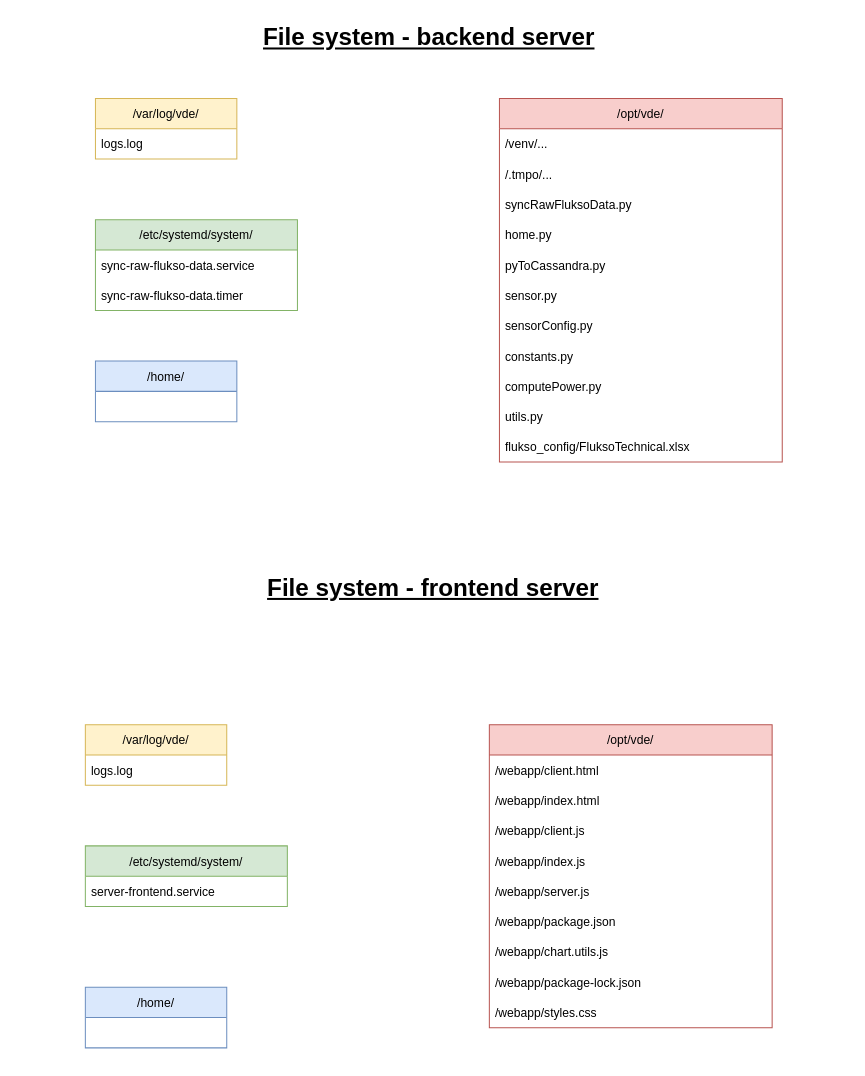
AlexandreHnf/Voisin-d-energie-ULB keeps this draw.io diagram as page "file_system" (11 of 12) of documentation/documentation_diagrams.drawio. Above is the earlier version. Source tidied: cells renumbered, new cells numbered last; positions are measured from the earlier drawing's top-left corner, leaving out a move shared by most shapes. Both pictures are drawn from the tidied source at 101%, with x=0, y=0 at pixel (85, 17).
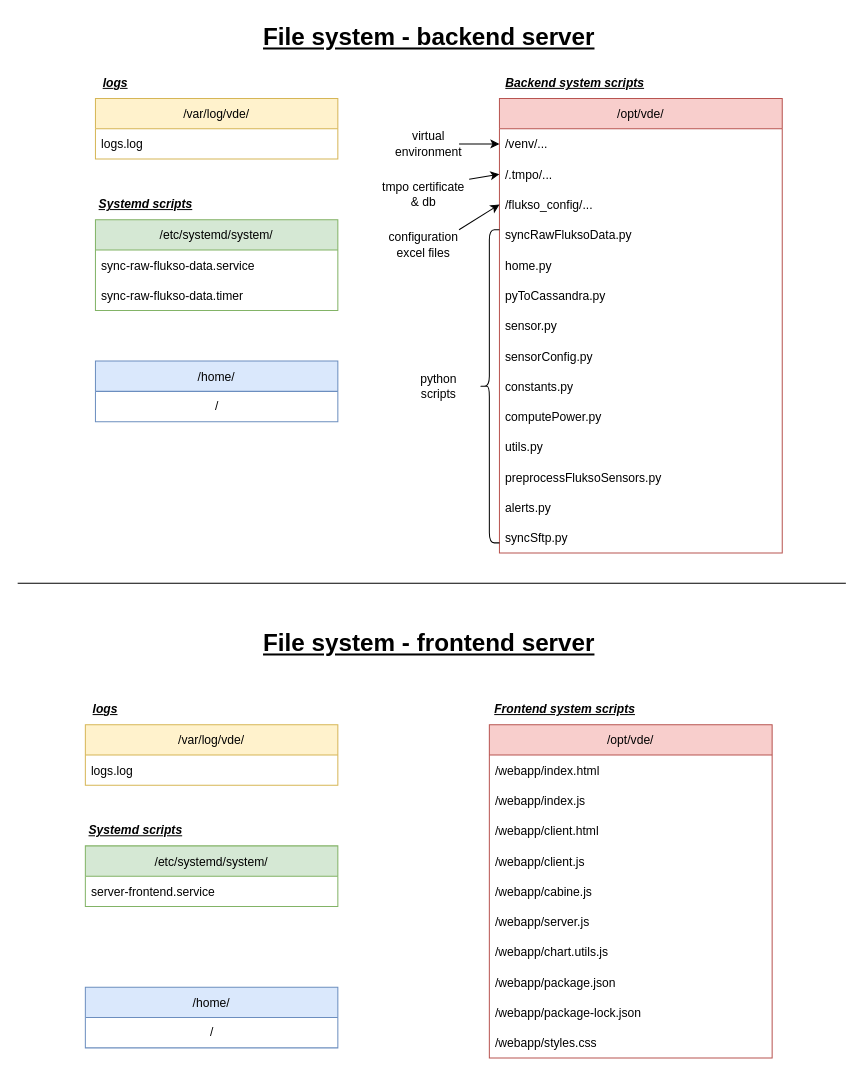
The same page after the edit.

Commit message (it also covers changes not shown here):
doc : update server file system doc

Unchanged cells that the change refers to:
```xml
<mxCell id="3" value="/venv/..." style="text;strokeColor=none;fillColor=none;align=left;verticalAlign=middle;spacingLeft=4;spacingRight=4;overflow=hidden;points=[[0,0.5],[1,0.5]];portConstraint=eastwest;" parent="2" vertex="1">
  <mxGeometry y="30" width="280" height="30" as="geometry" />
</mxCell>
<mxCell id="4" value="/.tmpo/..." style="text;strokeColor=none;fillColor=none;align=left;verticalAlign=middle;spacingLeft=4;spacingRight=4;overflow=hidden;points=[[0,0.5],[1,0.5]];portConstraint=eastwest;" parent="2" vertex="1">
  <mxGeometry y="60" width="280" height="30" as="geometry" />
</mxCell>
```

The edit, as a diff of the source:
```diff
@@
     <mxCell id="2" value="/opt/vde/" style="swimlane;fontStyle=0;horizontal=1;startSize=30;fillColor=#f8cecc;strokeColor=#b85450;" parent="1" vertex="1">
-      <mxGeometry x="410" y="80" width="280" height="360" as="geometry" />
+      <mxGeometry x="410" y="80" width="280" height="450" as="geometry" />
     </mxCell>
@@
+    <mxCell id="37" value="/flukso_config/..." style="text;strokeColor=none;fillColor=none;align=left;verticalAlign=middle;spacingLeft=4;spacingRight=4;overflow=hidden;points=[[0,0.5],[1,0.5]];portConstraint=eastwest;" parent="2" vertex="1">
+      <mxGeometry y="90" width="280" height="30" as="geometry" />
+    </mxCell>
     <mxCell id="5" value="syncRawFluksoData.py" style="text;strokeColor=none;fillColor=none;align=left;verticalAlign=middle;spacingLeft=4;spacingRight=4;overflow=hidden;" parent="2" vertex="1">
-      <mxGeometry y="90" width="280" height="30" as="geometry" />
+      <mxGeometry y="120" width="280" height="30" as="geometry" />
     </mxCell>
     <mxCell id="6" value="home.py" style="text;strokeColor=none;fillColor=none;align=left;verticalAlign=middle;spacingLeft=4;spacingRight=4;overflow=hidden;" parent="2" vertex="1">
-      <mxGeometry y="120" width="280" height="30" as="geometry" />
+      <mxGeometry y="150" width="280" height="30" as="geometry" />
     </mxCell>
     <mxCell id="7" value="pyToCassandra.py" style="text;strokeColor=none;fillColor=none;align=left;verticalAlign=middle;spacingLeft=4;spacingRight=4;overflow=hidden;" parent="2" vertex="1">
-      <mxGeometry y="150" width="280" height="30" as="geometry" />
+      <mxGeometry y="180" width="280" height="30" as="geometry" />
     </mxCell>
     <mxCell id="8" value="sensor.py" style="text;strokeColor=none;fillColor=none;align=left;verticalAlign=middle;spacingLeft=4;spacingRight=4;overflow=hidden;" parent="2" vertex="1">
-      <mxGeometry y="180" width="280" height="30" as="geometry" />
+      <mxGeometry y="210" width="280" height="30" as="geometry" />
     </mxCell>
     <mxCell id="9" value="sensorConfig.py" style="text;strokeColor=none;fillColor=none;align=left;verticalAlign=middle;spacingLeft=4;spacingRight=4;overflow=hidden;" parent="2" vertex="1">
-      <mxGeometry y="210" width="280" height="30" as="geometry" />
+      <mxGeometry y="240" width="280" height="30" as="geometry" />
     </mxCell>
     <mxCell id="10" value="constants.py" style="text;strokeColor=none;fillColor=none;align=left;verticalAlign=middle;spacingLeft=4;spacingRight=4;overflow=hidden;" parent="2" vertex="1">
-      <mxGeometry y="240" width="280" height="30" as="geometry" />
+      <mxGeometry y="270" width="280" height="30" as="geometry" />
     </mxCell>
     <mxCell id="11" value="computePower.py" style="text;strokeColor=none;fillColor=none;align=left;verticalAlign=middle;spacingLeft=4;spacingRight=4;overflow=hidden;" parent="2" vertex="1">
-      <mxGeometry y="270" width="280" height="30" as="geometry" />
+      <mxGeometry y="300" width="280" height="30" as="geometry" />
     </mxCell>
     <mxCell id="12" value="utils.py" style="text;strokeColor=none;fillColor=none;align=left;verticalAlign=middle;spacingLeft=4;spacingRight=4;overflow=hidden;" parent="2" vertex="1">
-      <mxGeometry y="300" width="280" height="30" as="geometry" />
+      <mxGeometry y="330" width="280" height="30" as="geometry" />
     </mxCell>
-    <mxCell id="13" value="flukso_config/FluksoTechnical.xlsx" style="text;strokeColor=none;fillColor=none;align=left;verticalAlign=middle;spacingLeft=4;spacingRight=4;overflow=hidden;" parent="2" vertex="1">
-      <mxGeometry y="330" width="280" height="30" as="geometry" />
+    <mxCell id="13" value="preprocessFluksoSensors.py" style="text;strokeColor=none;fillColor=none;align=left;verticalAlign=middle;spacingLeft=4;spacingRight=4;overflow=hidden;" parent="2" vertex="1">
+      <mxGeometry y="360" width="280" height="30" as="geometry" />
     </mxCell>
+    <mxCell id="38" value="alerts.py" style="text;strokeColor=none;fillColor=none;align=left;verticalAlign=middle;spacingLeft=4;spacingRight=4;overflow=hidden;" parent="2" vertex="1">
+      <mxGeometry y="390" width="280" height="30" as="geometry" />
+    </mxCell>
+    <mxCell id="39" value="syncSftp.py" style="text;strokeColor=none;fillColor=none;align=left;verticalAlign=middle;spacingLeft=4;spacingRight=4;overflow=hidden;" parent="2" vertex="1">
+      <mxGeometry y="420" width="280" height="30" as="geometry" />
+    </mxCell>
     <mxCell id="14" value="/etc/systemd/system/" style="swimlane;fontStyle=0;horizontal=1;startSize=30;fillColor=#d5e8d4;strokeColor=#82b366;" parent="1" vertex="1">
-      <mxGeometry x="10" y="200" width="200" height="90" as="geometry" />
+      <mxGeometry x="10" y="200" width="240" height="90" as="geometry" />
     </mxCell>
     <mxCell id="15" value="sync-raw-flukso-data.service" style="text;strokeColor=none;fillColor=none;align=left;verticalAlign=middle;spacingLeft=4;spacingRight=4;overflow=hidden;" parent="14" vertex="1">
-      <mxGeometry y="30" width="200" height="30" as="geometry" />
+      <mxGeometry y="30" width="240" height="30" as="geometry" />
     </mxCell>
     <mxCell id="16" value="sync-raw-flukso-data.timer" style="text;strokeColor=none;fillColor=none;align=left;verticalAlign=middle;spacingLeft=4;spacingRight=4;overflow=hidden;" parent="14" vertex="1">
-      <mxGeometry y="60" width="200" height="30" as="geometry" />
+      <mxGeometry y="60" width="240" height="30" as="geometry" />
     </mxCell>
     <mxCell id="17" value="/var/log/vde/" style="swimlane;fontStyle=0;horizontal=1;startSize=30;fillColor=#fff2cc;strokeColor=#d6b656;" parent="1" vertex="1">
-      <mxGeometry x="10" y="80" width="140" height="60" as="geometry" />
+      <mxGeometry x="10" y="80" width="240" height="60" as="geometry" />
     </mxCell>
     <mxCell id="18" value="logs.log" style="text;strokeColor=none;fillColor=none;align=left;verticalAlign=middle;spacingLeft=4;spacingRight=4;overflow=hidden;" parent="17" vertex="1">
-      <mxGeometry y="30" width="140" height="30" as="geometry" />
+      <mxGeometry y="30" width="240" height="30" as="geometry" />
     </mxCell>
@@
     <mxCell id="20" value="/home/" style="swimlane;fontStyle=0;horizontal=1;startSize=30;fillColor=#dae8fc;strokeColor=#6c8ebf;" parent="1" vertex="1">
-      <mxGeometry x="10" y="340" width="140" height="60" as="geometry" />
+      <mxGeometry x="10" y="340" width="240" height="60" as="geometry" />
     </mxCell>
+    <mxCell id="40" value="/" style="text;html=1;align=center;verticalAlign=middle;strokeColor=none;fillColor=none;" parent="20" vertex="1">
+      <mxGeometry y="30" width="240" height="30" as="geometry" />
+    </mxCell>
     <mxCell id="21" value="File system - frontend server" style="text;strokeColor=none;fillColor=none;html=1;fontSize=24;fontStyle=5;verticalAlign=middle;align=center;" parent="1" vertex="1">
-      <mxGeometry x="214" y="545" width="260" height="40" as="geometry" />
+      <mxGeometry x="210" y="600" width="260" height="40" as="geometry" />
     </mxCell>
     <mxCell id="22" value="/opt/vde/" style="swimlane;fontStyle=0;horizontal=1;startSize=30;fillColor=#f8cecc;strokeColor=#b85450;" parent="1" vertex="1">
-      <mxGeometry x="400" y="700" width="280" height="300" as="geometry" />
+      <mxGeometry x="400" y="700" width="280" height="330" as="geometry" />
     </mxCell>
+    <mxCell id="24" value="/webapp/index.html" style="text;strokeColor=none;fillColor=none;align=left;verticalAlign=middle;spacingLeft=4;spacingRight=4;overflow=hidden;" parent="22" vertex="1">
+      <mxGeometry y="30" width="280" height="30" as="geometry" />
+    </mxCell>
+    <mxCell id="26" value="/webapp/index.js" style="text;strokeColor=none;fillColor=none;align=left;verticalAlign=middle;spacingLeft=4;spacingRight=4;overflow=hidden;" parent="22" vertex="1">
+      <mxGeometry y="60" width="280" height="30" as="geometry" />
+    </mxCell>
     <mxCell id="23" value="/webapp/client.html" style="text;strokeColor=none;fillColor=none;align=left;verticalAlign=middle;spacingLeft=4;spacingRight=4;overflow=hidden;" parent="22" vertex="1">
-      <mxGeometry y="30" width="280" height="30" as="geometry" />
+      <mxGeometry y="90" width="280" height="30" as="geometry" />
     </mxCell>
-    <mxCell id="24" value="/webapp/index.html" style="text;strokeColor=none;fillColor=none;align=left;verticalAlign=middle;spacingLeft=4;spacingRight=4;overflow=hidden;" parent="22" vertex="1">
-      <mxGeometry y="60" width="280" height="30" as="geometry" />
-    </mxCell>
     <mxCell id="25" value="/webapp/client.js" style="text;strokeColor=none;fillColor=none;align=left;verticalAlign=middle;spacingLeft=4;spacingRight=4;overflow=hidden;" parent="22" vertex="1">
-      <mxGeometry y="90" width="280" height="30" as="geometry" />
+      <mxGeometry y="120" width="280" height="30" as="geometry" />
     </mxCell>
-    <mxCell id="26" value="/webapp/index.js" style="text;strokeColor=none;fillColor=none;align=left;verticalAlign=middle;spacingLeft=4;spacingRight=4;overflow=hidden;" parent="22" vertex="1">
-      <mxGeometry y="120" width="280" height="30" as="geometry" />
-    </mxCell>
+    <mxCell id="41" value="/webapp/cabine.js" style="text;strokeColor=none;fillColor=none;align=left;verticalAlign=middle;spacingLeft=4;spacingRight=4;overflow=hidden;" parent="22" vertex="1">
+      <mxGeometry y="150" width="280" height="30" as="geometry" />
+    </mxCell>
     <mxCell id="27" value="/webapp/server.js" style="text;strokeColor=none;fillColor=none;align=left;verticalAlign=middle;spacingLeft=4;spacingRight=4;overflow=hidden;" parent="22" vertex="1">
-      <mxGeometry y="150" width="280" height="30" as="geometry" />
+      <mxGeometry y="180" width="280" height="30" as="geometry" />
     </mxCell>
+    <mxCell id="29" value="/webapp/chart.utils.js" style="text;strokeColor=none;fillColor=none;align=left;verticalAlign=middle;spacingLeft=4;spacingRight=4;overflow=hidden;" parent="22" vertex="1">
+      <mxGeometry y="210" width="280" height="30" as="geometry" />
+    </mxCell>
     <mxCell id="28" value="/webapp/package.json" style="text;strokeColor=none;fillColor=none;align=left;verticalAlign=middle;spacingLeft=4;spacingRight=4;overflow=hidden;" parent="22" vertex="1">
-      <mxGeometry y="180" width="280" height="30" as="geometry" />
+      <mxGeometry y="240" width="280" height="30" as="geometry" />
     </mxCell>
-    <mxCell id="29" value="/webapp/chart.utils.js" style="text;strokeColor=none;fillColor=none;align=left;verticalAlign=middle;spacingLeft=4;spacingRight=4;overflow=hidden;" parent="22" vertex="1">
-      <mxGeometry y="210" width="280" height="30" as="geometry" />
-    </mxCell>
     <mxCell id="30" value="/webapp/package-lock.json" style="text;strokeColor=none;fillColor=none;align=left;verticalAlign=middle;spacingLeft=4;spacingRight=4;overflow=hidden;" parent="22" vertex="1">
-      <mxGeometry y="240" width="280" height="30" as="geometry" />
+      <mxGeometry y="270" width="280" height="30" as="geometry" />
     </mxCell>
     <mxCell id="31" value="/webapp/styles.css" style="text;strokeColor=none;fillColor=none;align=left;verticalAlign=middle;spacingLeft=4;spacingRight=4;overflow=hidden;" parent="22" vertex="1">
-      <mxGeometry y="270" width="280" height="30" as="geometry" />
+      <mxGeometry y="300" width="280" height="30" as="geometry" />
     </mxCell>
     <mxCell id="32" value="/etc/systemd/system/" style="swimlane;fontStyle=0;horizontal=1;startSize=30;fillColor=#d5e8d4;strokeColor=#82b366;" parent="1" vertex="1">
-      <mxGeometry y="820" width="200" height="60" as="geometry" />
+      <mxGeometry y="820" width="250" height="60" as="geometry" />
     </mxCell>
     <mxCell id="33" value="server-frontend.service" style="text;strokeColor=none;fillColor=none;align=left;verticalAlign=middle;spacingLeft=4;spacingRight=4;overflow=hidden;" parent="32" vertex="1">
-      <mxGeometry y="30" width="200" height="30" as="geometry" />
+      <mxGeometry y="30" width="250" height="30" as="geometry" />
     </mxCell>
     <mxCell id="34" value="/var/log/vde/" style="swimlane;fontStyle=0;horizontal=1;startSize=30;fillColor=#fff2cc;strokeColor=#d6b656;" parent="1" vertex="1">
-      <mxGeometry y="700" width="140" height="60" as="geometry" />
+      <mxGeometry y="700" width="250" height="60" as="geometry" />
     </mxCell>
     <mxCell id="35" value="logs.log" style="text;strokeColor=none;fillColor=none;align=left;verticalAlign=middle;spacingLeft=4;spacingRight=4;overflow=hidden;" parent="34" vertex="1">
-      <mxGeometry y="30" width="140" height="30" as="geometry" />
+      <mxGeometry y="30" width="250" height="30" as="geometry" />
     </mxCell>
     <mxCell id="36" value="/home/" style="swimlane;fontStyle=0;horizontal=1;startSize=30;fillColor=#dae8fc;strokeColor=#6c8ebf;" parent="1" vertex="1">
-      <mxGeometry y="960" width="140" height="60" as="geometry" />
+      <mxGeometry y="960" width="250" height="60" as="geometry" />
     </mxCell>
+    <mxCell id="42" value="/" style="text;html=1;align=center;verticalAlign=middle;strokeColor=none;fillColor=none;" parent="36" vertex="1">
+      <mxGeometry y="30" width="250" height="30" as="geometry" />
+    </mxCell>
+    <mxCell id="43" value="logs" style="text;html=1;strokeColor=none;fillColor=none;align=center;verticalAlign=middle;whiteSpace=wrap;rounded=0;fontStyle=7;" parent="1" vertex="1">
+      <mxGeometry y="50" width="60" height="30" as="geometry" />
+    </mxCell>
+    <mxCell id="44" value="Systemd scripts" style="text;html=1;strokeColor=none;fillColor=none;align=center;verticalAlign=middle;whiteSpace=wrap;rounded=0;fontStyle=7;" parent="1" vertex="1">
+      <mxGeometry x="10" y="170" width="100" height="30" as="geometry" />
+    </mxCell>
+    <mxCell id="45" value="Backend system scripts" style="text;html=1;strokeColor=none;fillColor=none;align=center;verticalAlign=middle;whiteSpace=wrap;rounded=0;fontStyle=7;" parent="1" vertex="1">
+      <mxGeometry x="410" y="50" width="150" height="30" as="geometry" />
+    </mxCell>
+    <mxCell id="46" style="endArrow=classic;html=1;rounded=0;entryX=0;entryY=0.5;entryDx=0;entryDy=0;" parent="1" edge="1" target="3">
+      <mxGeometry relative="1" as="geometry">
+        <mxPoint x="370" y="125" as="sourcePoint" />
+      </mxGeometry>
+    </mxCell>
+    <mxCell id="47" value="virtual environment" style="text;html=1;strokeColor=none;fillColor=none;align=center;verticalAlign=middle;whiteSpace=wrap;rounded=0;" parent="1" vertex="1">
+      <mxGeometry x="310" y="110" width="60" height="30" as="geometry" />
+    </mxCell>
+    <mxCell id="48" style="endArrow=classic;html=1;rounded=0;entryX=0;entryY=0.5;entryDx=0;entryDy=0;" parent="1" edge="1" target="4">
+      <mxGeometry relative="1" as="geometry">
+        <mxPoint x="380" y="160" as="sourcePoint" />
+      </mxGeometry>
+    </mxCell>
+    <mxCell id="49" value="tmpo certificate &amp;amp; db" style="text;html=1;strokeColor=none;fillColor=none;align=center;verticalAlign=middle;whiteSpace=wrap;rounded=0;" parent="1" vertex="1">
+      <mxGeometry x="290" y="160" width="90" height="30" as="geometry" />
+    </mxCell>
+    <mxCell id="50" style="endArrow=classic;html=1;rounded=0;entryX=0;entryY=0.5;entryDx=0;entryDy=0;" parent="1" edge="1" target="37">
+      <mxGeometry relative="1" as="geometry">
+        <mxPoint x="370" y="210" as="sourcePoint" />
+      </mxGeometry>
+    </mxCell>
+    <mxCell id="51" value="configuration excel files" style="text;html=1;strokeColor=none;fillColor=none;align=center;verticalAlign=middle;whiteSpace=wrap;rounded=0;" parent="1" vertex="1">
+      <mxGeometry x="305" y="210" width="60" height="30" as="geometry" />
+    </mxCell>
+    <mxCell id="52" style="shape=curlyBracket;whiteSpace=wrap;html=1;rounded=1;" parent="1" vertex="1">
+      <mxGeometry x="390" y="210" width="20" height="310" as="geometry" />
+    </mxCell>
+    <mxCell id="53" value="python scripts" style="text;html=1;strokeColor=none;fillColor=none;align=center;verticalAlign=middle;whiteSpace=wrap;rounded=0;" parent="1" vertex="1">
+      <mxGeometry x="320" y="350" width="60" height="30" as="geometry" />
+    </mxCell>
+    <mxCell id="54" value="logs" style="text;html=1;strokeColor=none;fillColor=none;align=center;verticalAlign=middle;whiteSpace=wrap;rounded=0;fontStyle=7;" parent="1" vertex="1">
+      <mxGeometry x="-10" y="670" width="60" height="30" as="geometry" />
+    </mxCell>
+    <mxCell id="55" value="Systemd scripts" style="text;html=1;strokeColor=none;fillColor=none;align=center;verticalAlign=middle;whiteSpace=wrap;rounded=0;fontStyle=7;" parent="1" vertex="1">
+      <mxGeometry y="790" width="100" height="30" as="geometry" />
+    </mxCell>
+    <mxCell id="56" value="Frontend system scripts" style="text;html=1;strokeColor=none;fillColor=none;align=center;verticalAlign=middle;whiteSpace=wrap;rounded=0;fontStyle=7;" parent="1" vertex="1">
+      <mxGeometry x="400" y="670" width="150" height="30" as="geometry" />
+    </mxCell>
+    <mxCell id="57" style="endArrow=none;html=1;rounded=0;" parent="1" edge="1">
+      <mxGeometry relative="1" as="geometry">
+        <mxPoint x="-67" y="560" as="sourcePoint" />
+        <mxPoint x="753" y="560" as="targetPoint" />
+      </mxGeometry>
+    </mxCell>
```
